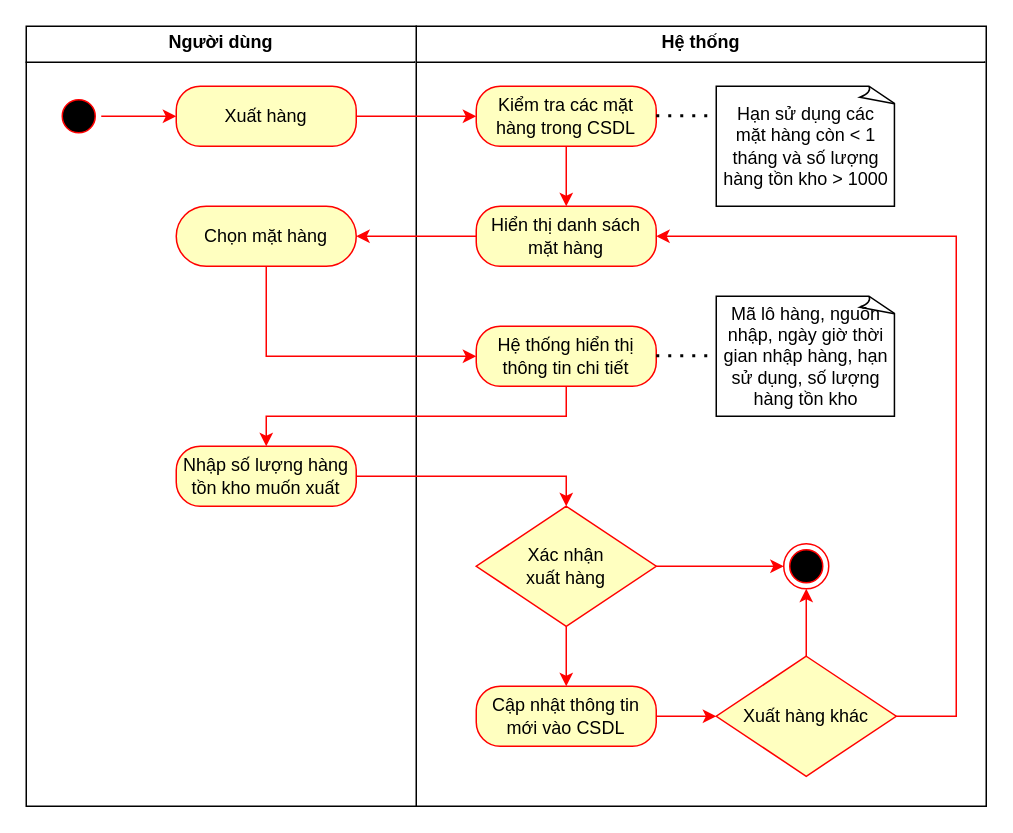
The draw.io diagram Sơ đồ hoạt động UC xuất hàng.drawio in HaojackYT/DAA_SA, before the edit. Source tidied: cells renumbered, new cells numbered last; positions are measured from the earlier drawing's top-left corner, leaving out a move shared by most shapes. Both pictures are drawn from the tidied source at 150%, with x=0, y=0 at pixel (26, 26).
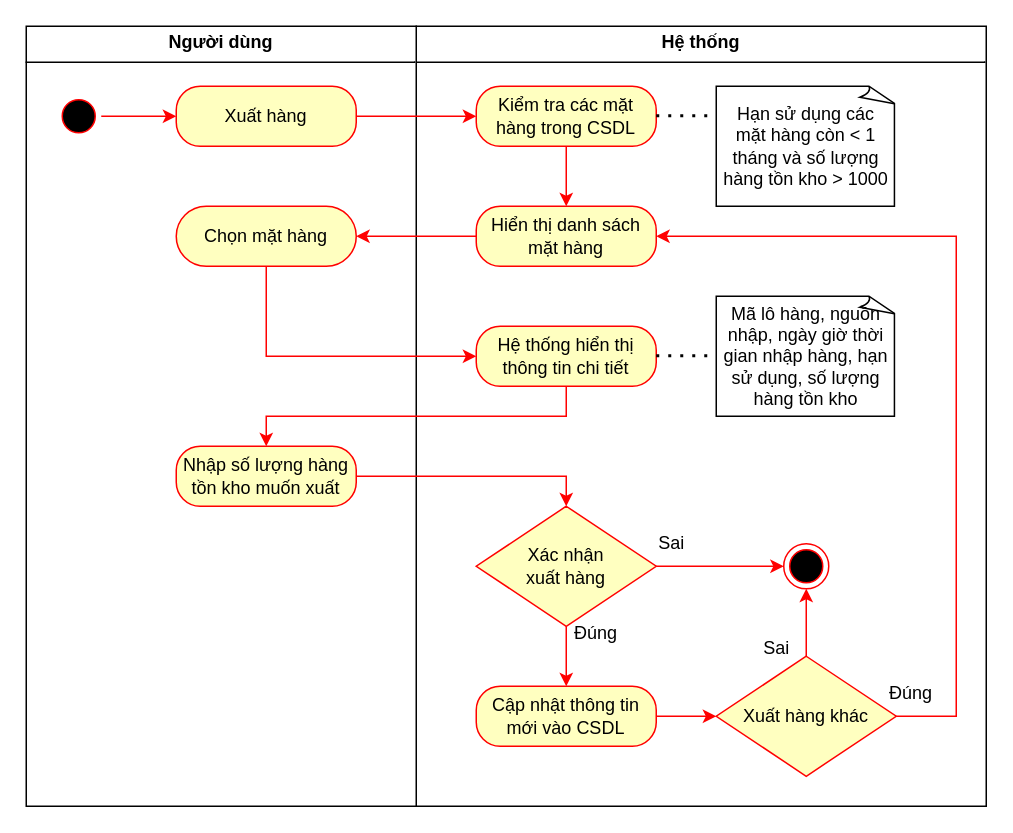
Above is the later version.

Change to the diagram source:
```diff
@@
+    <mxCell id="31" value="Đúng" style="text;html=1;align=center;verticalAlign=middle;whiteSpace=wrap;rounded=0;fontFamily=Helvetica;fontSize=12;fontColor=#000000;" parent="1" vertex="1">
+      <mxGeometry x="560" y="430" width="60" height="30" as="geometry" />
+    </mxCell>
+    <mxCell id="32" value="Đúng" style="text;html=1;align=center;verticalAlign=middle;whiteSpace=wrap;rounded=0;fontFamily=Helvetica;fontSize=12;fontColor=#000000;" parent="1" vertex="1">
+      <mxGeometry x="350" y="390" width="60" height="30" as="geometry" />
+    </mxCell>
+    <mxCell id="33" value="Sai" style="text;html=1;align=center;verticalAlign=middle;strokeColor=none;fillColor=none;" parent="1" vertex="1">
+      <mxGeometry x="410" y="330" width="40" height="30" as="geometry" />
+    </mxCell>
+    <mxCell id="34" value="Sai" style="text;html=1;align=center;verticalAlign=middle;strokeColor=none;fillColor=none;" parent="1" vertex="1">
+      <mxGeometry x="480" y="400" width="40" height="30" as="geometry" />
+    </mxCell>
```
